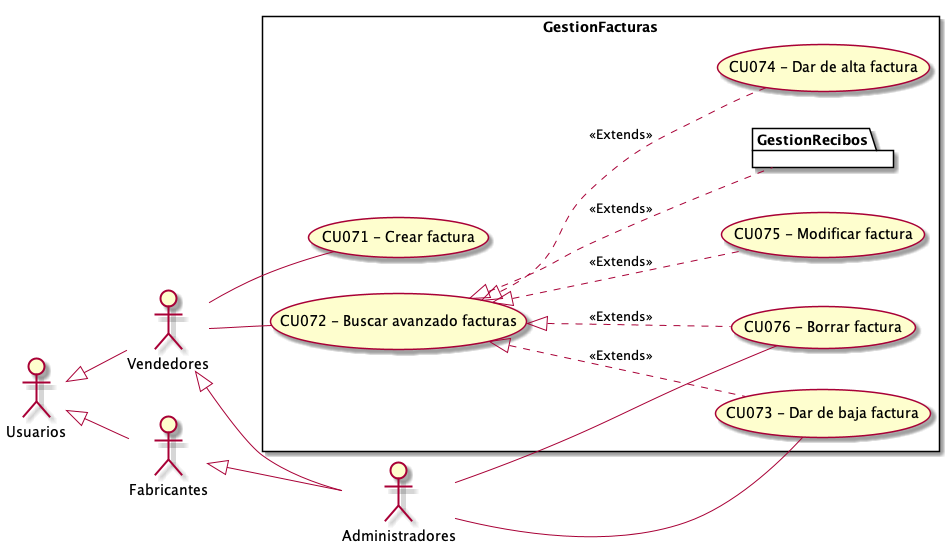
Above: Informe Final/Imagenes/ModeladoDeCasosDeUso/DiagramaDeCasosDeUso/GestionFacturas.png in ZMGestion/DocumentacionZMGestion (PlantUML), before the change. The source it was exported from:
```plantuml
@startuml GestionFacturas
top to bottom direction
:Usuarios:
:Administradores:
:Vendedores:
:Fabricantes:

Usuarios <|-- Vendedores
Usuarios <|-- Fabricantes
Vendedores <|-- Administradores
Fabricantes <|-- Administradores

 left to right direction

rectangle GestionFacturas{
    UseCase "CU071 - Crear factura" as C
    UseCase "CU072 - Buscar avanzado facturas " as BA
    UseCase "CU073 - Dar de baja factura" as DB
    UseCase "CU074 - Dar de alta factura" as DA
    UseCase "CU075 - Modificar factura" as M
    UseCase "CU076 - Borrar factura" as B
    package GestionRecibos{
    }

    BA <|.. M : <<Extends>>
    BA <|.. DA : <<Extends>>
    BA <|.. DB : <<Extends>>
    BA <|.. B : <<Extends>>
    BA <|.. GestionRecibos : <<Extends>>
}
    Vendedores -- C
    Vendedores -- BA
    Administradores -- B
    Administradores -- DB

@enduml
```
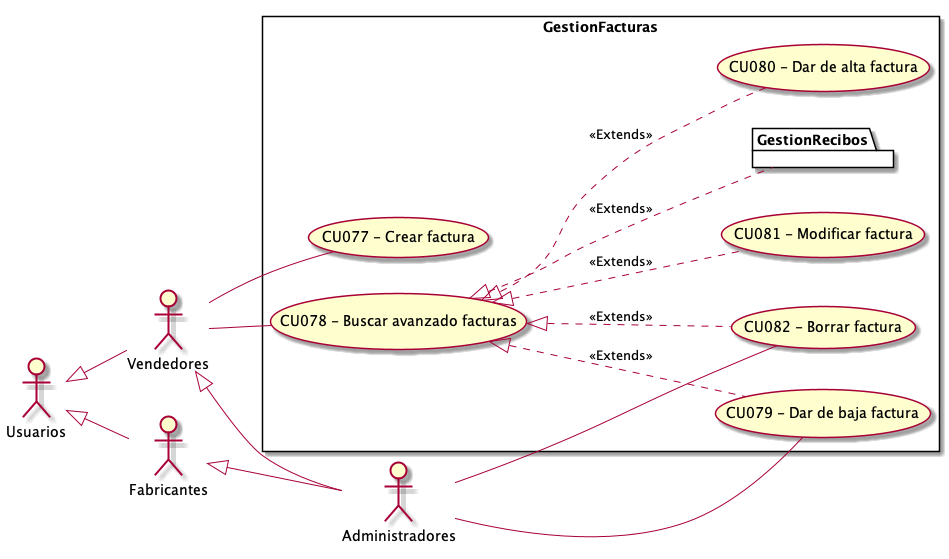
After the commit.

What changed in the source:
```diff
@@ -13,12 +13,12 @@
  left to right direction
 
 rectangle GestionFacturas{
-    UseCase "CU071 - Crear factura" as C
-    UseCase "CU072 - Buscar avanzado facturas " as BA
-    UseCase "CU073 - Dar de baja factura" as DB
-    UseCase "CU074 - Dar de alta factura" as DA
-    UseCase "CU075 - Modificar factura" as M
-    UseCase "CU076 - Borrar factura" as B
+    UseCase "CU077 - Crear factura" as C
+    UseCase "CU078 - Buscar avanzado facturas " as BA
+    UseCase "CU079 - Dar de baja factura" as DB
+    UseCase "CU080 - Dar de alta factura" as DA
+    UseCase "CU081 - Modificar factura" as M
+    UseCase "CU082 - Borrar factura" as B
     package GestionRecibos{
     }
 
```
